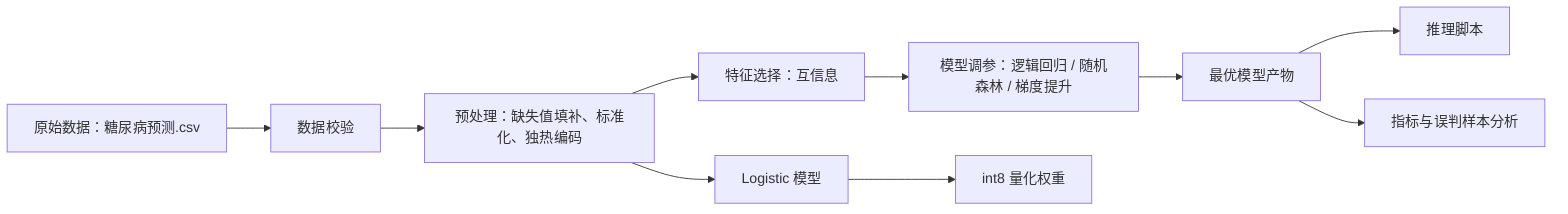
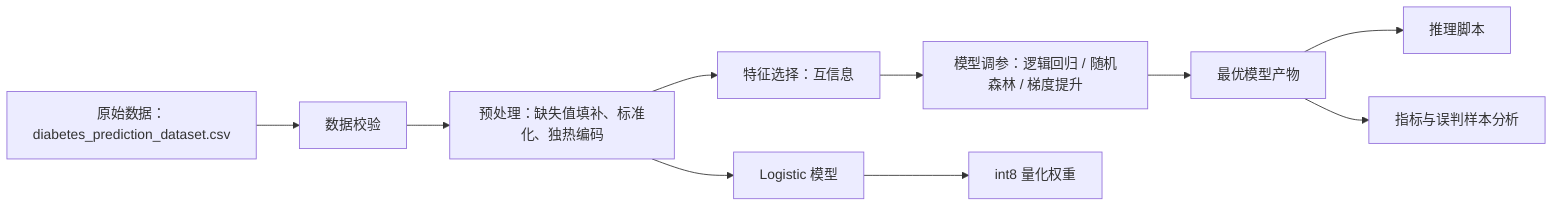
flowchart LR
-     A["原始数据：糖尿病预测.csv"] --> B["数据校验"]
+     A["原始数据：diabetes_prediction_dataset.csv"] --> B["数据校验"]
    B --> C["预处理：缺失值填补、标准化、独热编码"]
    C --> D["特征选择：互信息"]
    D --> E["模型调参：逻辑回归 / 随机森林 / 梯度提升"]
    E --> F["最优模型产物"]
    F --> G["推理脚本"]
    F --> H["指标与误判样本分析"]
    C --> I["Logistic 模型"]
    I --> J["int8 量化权重"]
